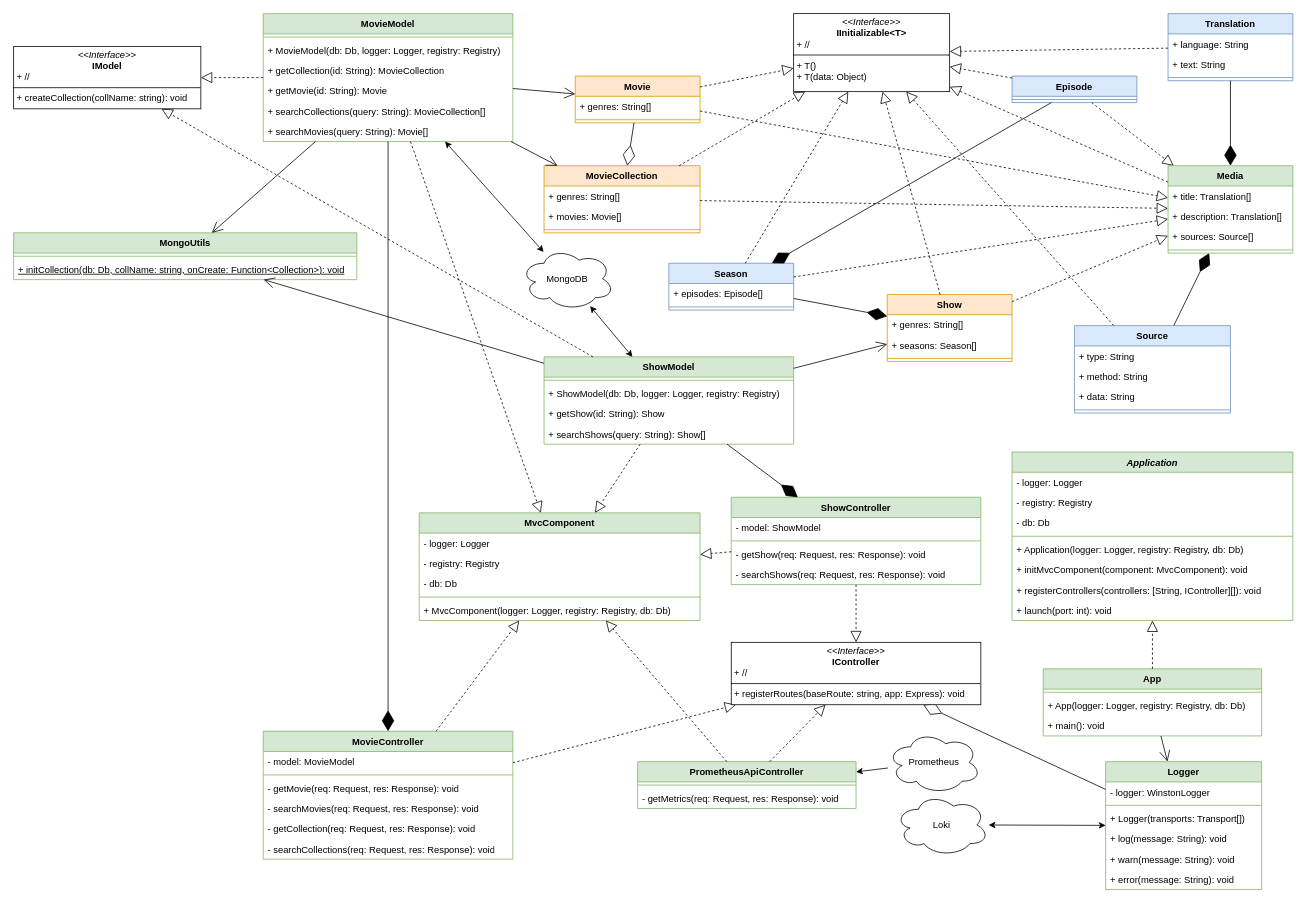
This is page "Classes" (3 of 4) of docs/mdb.drawio from TimKral5/mediadb, a draw.io file, before an edit. Source tidied: cells renumbered, new cells numbered last; positions are measured from the earlier drawing's top-left corner, leaving out a move shared by most shapes. Both pictures are drawn from the tidied source at 78%, with x=0, y=0 at pixel (13, 13).
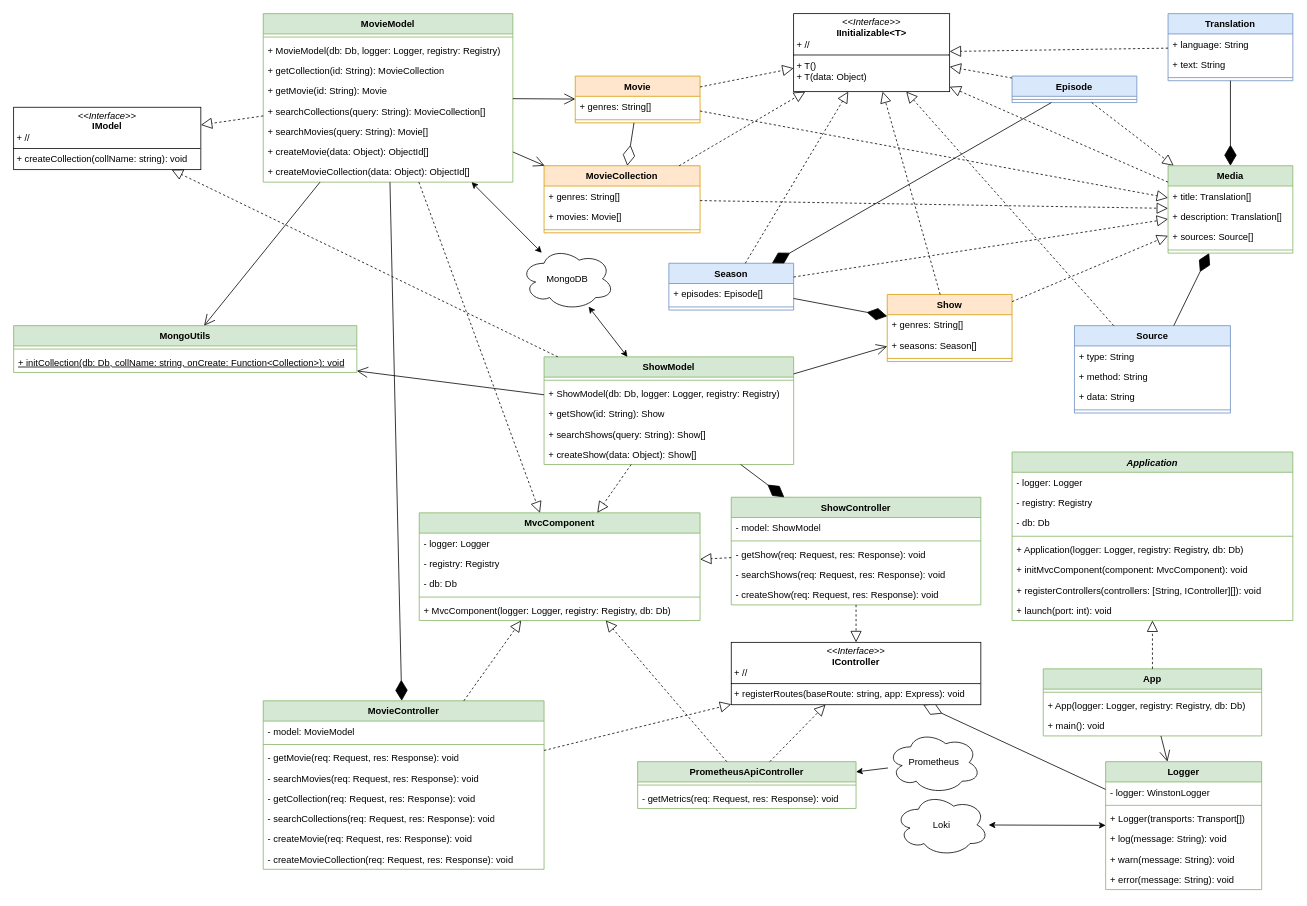
Above is the later version.

Commit message (it also covers changes not shown here):
update todo; update class diagram

Change to the diagram source:
```diff
@@
     <mxCell id="37" value="MovieModel" style="swimlane;fontStyle=1;align=center;verticalAlign=top;horizontal=1;startSize=26;whiteSpace=wrap;html=1;fillColor=#d5e8d4;strokeColor=#82b366;" parent="1" vertex="1">
-      <mxGeometry x="320" width="320" height="164" as="geometry" />
+      <mxGeometry x="320" width="320" height="216" as="geometry" />
     </mxCell>
@@
+    <mxCell id="136" value="+ createMovie(data: Object): ObjectId[]" style="text;strokeColor=none;fillColor=none;align=left;verticalAlign=top;spacingLeft=4;spacingRight=4;overflow=hidden;whiteSpace=wrap;html=1;" parent="37" vertex="1">
+      <mxGeometry y="164" width="320" height="26" as="geometry" />
+    </mxCell>
+    <mxCell id="137" value="+ createMovieCollection(data: Object): ObjectId[]" style="text;strokeColor=none;fillColor=none;align=left;verticalAlign=top;spacingLeft=4;spacingRight=4;overflow=hidden;whiteSpace=wrap;html=1;" parent="37" vertex="1">
+      <mxGeometry y="190" width="320" height="26" as="geometry" />
+    </mxCell>
@@
     <mxCell id="45" value="ShowModel" style="swimlane;fontStyle=1;align=center;verticalAlign=top;horizontal=1;startSize=26;whiteSpace=wrap;html=1;fillColor=#d5e8d4;strokeColor=#82b366;" parent="1" vertex="1">
-      <mxGeometry x="680" y="440" width="320" height="112" as="geometry" />
+      <mxGeometry x="680" y="440" width="320" height="138" as="geometry" />
     </mxCell>
@@
+    <mxCell id="138" value="+ searchShows(query: String): Show[]" style="text;strokeColor=none;fillColor=none;align=left;verticalAlign=top;spacingLeft=4;spacingRight=4;overflow=hidden;whiteSpace=wrap;html=1;" parent="45" vertex="1">
+      <mxGeometry y="86" width="320" height="26" as="geometry" />
+    </mxCell>
-    <mxCell id="49" value="+ searchShows(query: String): Show[]" style="text;strokeColor=none;fillColor=none;align=left;verticalAlign=top;spacingLeft=4;spacingRight=4;overflow=hidden;whiteSpace=wrap;html=1;" parent="45" vertex="1">
-      <mxGeometry y="86" width="320" height="26" as="geometry" />
+    <mxCell id="49" value="+ createShow(data: Object): Show[]" style="text;strokeColor=none;fillColor=none;align=left;verticalAlign=top;spacingLeft=4;spacingRight=4;overflow=hidden;whiteSpace=wrap;html=1;" parent="45" vertex="1">
+      <mxGeometry y="112" width="320" height="26" as="geometry" />
     </mxCell>
@@
     <mxCell id="55" value="ShowController" style="swimlane;fontStyle=1;align=center;verticalAlign=top;horizontal=1;startSize=26;whiteSpace=wrap;html=1;fillColor=#d5e8d4;strokeColor=#82b366;" parent="1" vertex="1">
-      <mxGeometry x="920" y="620" width="320" height="112" as="geometry" />
+      <mxGeometry x="920" y="620" width="320" height="138" as="geometry" />
     </mxCell>
@@
+    <mxCell id="139" value="- searchShows(req: Request, res: Response): void" style="text;strokeColor=none;fillColor=none;align=left;verticalAlign=top;spacingLeft=4;spacingRight=4;overflow=hidden;whiteSpace=wrap;html=1;" parent="55" vertex="1">
+      <mxGeometry y="86" width="320" height="26" as="geometry" />
+    </mxCell>
-    <mxCell id="59" value="- searchShows(req: Request, res: Response): void" style="text;strokeColor=none;fillColor=none;align=left;verticalAlign=top;spacingLeft=4;spacingRight=4;overflow=hidden;whiteSpace=wrap;html=1;" parent="55" vertex="1">
-      <mxGeometry y="86" width="320" height="26" as="geometry" />
+    <mxCell id="59" value="- createShow(req: Request, res: Response): void" style="text;strokeColor=none;fillColor=none;align=left;verticalAlign=top;spacingLeft=4;spacingRight=4;overflow=hidden;whiteSpace=wrap;html=1;" parent="55" vertex="1">
+      <mxGeometry y="112" width="320" height="26" as="geometry" />
     </mxCell>
     <mxCell id="60" value="MovieController" style="swimlane;fontStyle=1;align=center;verticalAlign=top;horizontal=1;startSize=26;whiteSpace=wrap;html=1;fillColor=#d5e8d4;strokeColor=#82b366;" parent="1" vertex="1">
-      <mxGeometry x="320" y="920" width="320" height="164" as="geometry" />
+      <mxGeometry x="320" y="881" width="360" height="216" as="geometry" />
     </mxCell>
     <mxCell id="61" value="- model: MovieModel" style="text;strokeColor=none;fillColor=none;align=left;verticalAlign=top;spacingLeft=4;spacingRight=4;overflow=hidden;whiteSpace=wrap;html=1;" parent="60" vertex="1">
-      <mxGeometry y="26" width="320" height="26" as="geometry" />
+      <mxGeometry y="26" width="360" height="26" as="geometry" />
     </mxCell>
     <mxCell id="62" style="line;strokeWidth=1;fillColor=none;align=left;verticalAlign=middle;spacingTop=-1;spacingLeft=3;spacingRight=3;labelPosition=right;strokeColor=inherit;" parent="60" vertex="1">
-      <mxGeometry y="52" width="320" height="8" as="geometry" />
+      <mxGeometry y="52" width="360" height="8" as="geometry" />
     </mxCell>
     <mxCell id="63" value="- getMovie(req: Request, res: Response): void" style="text;strokeColor=none;fillColor=none;align=left;verticalAlign=top;spacingLeft=4;spacingRight=4;overflow=hidden;whiteSpace=wrap;html=1;" parent="60" vertex="1">
-      <mxGeometry y="60" width="320" height="26" as="geometry" />
+      <mxGeometry y="60" width="360" height="26" as="geometry" />
     </mxCell>
     <mxCell id="64" value="- searchMovies(req: Request, res: Response): void" style="text;strokeColor=none;fillColor=none;align=left;verticalAlign=top;spacingLeft=4;spacingRight=4;overflow=hidden;whiteSpace=wrap;html=1;" parent="60" vertex="1">
-      <mxGeometry y="86" width="320" height="26" as="geometry" />
+      <mxGeometry y="86" width="360" height="26" as="geometry" />
     </mxCell>
     <mxCell id="65" value="- getCollection(req: Request, res: Response): void" style="text;strokeColor=none;fillColor=none;align=left;verticalAlign=top;spacingLeft=4;spacingRight=4;overflow=hidden;whiteSpace=wrap;html=1;" parent="60" vertex="1">
-      <mxGeometry y="112" width="320" height="26" as="geometry" />
+      <mxGeometry y="112" width="360" height="26" as="geometry" />
     </mxCell>
+    <mxCell id="140" value="- searchCollections(req: Request, res: Response): void" style="text;strokeColor=none;fillColor=none;align=left;verticalAlign=top;spacingLeft=4;spacingRight=4;overflow=hidden;whiteSpace=wrap;html=1;" parent="60" vertex="1">
+      <mxGeometry y="138" width="360" height="26" as="geometry" />
+    </mxCell>
-    <mxCell id="66" value="- searchCollections(req: Request, res: Response): void" style="text;strokeColor=none;fillColor=none;align=left;verticalAlign=top;spacingLeft=4;spacingRight=4;overflow=hidden;whiteSpace=wrap;html=1;" parent="60" vertex="1">
-      <mxGeometry y="138" width="320" height="26" as="geometry" />
+    <mxCell id="66" value="- createMovie(req: Request, res: Response): void" style="text;strokeColor=none;fillColor=none;align=left;verticalAlign=top;spacingLeft=4;spacingRight=4;overflow=hidden;whiteSpace=wrap;html=1;" parent="60" vertex="1">
+      <mxGeometry y="164" width="360" height="26" as="geometry" />
     </mxCell>
+    <mxCell id="141" value="- createMovieCollection(req: Request, res: Response): void" style="text;strokeColor=none;fillColor=none;align=left;verticalAlign=top;spacingLeft=4;spacingRight=4;overflow=hidden;whiteSpace=wrap;html=1;" parent="60" vertex="1">
+      <mxGeometry y="190" width="360" height="26" as="geometry" />
+    </mxCell>
@@
     <mxCell id="125" value="&lt;p style=&quot;margin:0px;margin-top:4px;text-align:center;&quot;&gt;&lt;i&gt;&amp;lt;&amp;lt;Interface&amp;gt;&amp;gt;&lt;/i&gt;&lt;br&gt;&lt;b&gt;IModel&lt;/b&gt;&lt;/p&gt;&lt;p style=&quot;margin:0px;margin-left:4px;&quot;&gt;&lt;span style=&quot;background-color: transparent; color: light-dark(rgb(0, 0, 0), rgb(255, 255, 255));&quot;&gt;+ //&lt;/span&gt;&lt;/p&gt;&lt;hr size=&quot;1&quot; style=&quot;border-style:solid;&quot;&gt;&lt;p style=&quot;margin:0px;margin-left:4px;&quot;&gt;+ createCollection(collName: string): void&lt;br&gt;&lt;/p&gt;" style="verticalAlign=top;align=left;overflow=fill;html=1;whiteSpace=wrap;" parent="1" vertex="1">
-      <mxGeometry y="42" width="240" height="80" as="geometry" />
+      <mxGeometry y="120" width="240" height="80" as="geometry" />
     </mxCell>
@@
     <mxCell id="128" value="MongoUtils" style="swimlane;fontStyle=1;align=center;verticalAlign=top;horizontal=1;startSize=26;whiteSpace=wrap;html=1;fillColor=#d5e8d4;strokeColor=#82b366;" parent="1" vertex="1">
-      <mxGeometry y="281" width="440" height="60" as="geometry" />
+      <mxGeometry y="400" width="440" height="60" as="geometry" />
     </mxCell>
```
